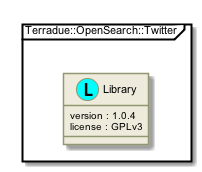
This is _images/plantuml-35d4e9e003cf3c7283a32f7d4bf2b378f057e98c.png from Terradue/doc-tep-geohazards-arch, a PlantUML export, as it was before one commit. Its diagram source:
```plantuml
@startuml

skinparam backgroundColor #FFFFFF


skinparam sequence {

        ActorBorderColor #000000

        ArrowColor #919871
        ArrowFontSize 8
        ArrowFontStyle plain
        ArrowFontName Arial

        LifeLineBorderColor #919871
        LifeLineBackgroundColor #EEEBDC

        ParticipantBorderColor #919871
        ParticipantBackgroundColor #EEEBDC
        ParticipantFontName Arial
        ParticipantFontSize 10
        ParticipantFontColor #000000

        ActorBackgroundColor #EEEBDC
        ActorFontColor #000000
        ActorFontSize 10
        ActorFontName Arial

}

skinparam class {

	ArrowFontColor #000000
	ArrowFontSize 10
	ArrowFontStyle plain
	ArrowFontName Arial

	AttributeFontColor #000000
	AttributeFontSize 10
	AttributeIconSize 11
	AttributeFontStyle plain
	AttributeFontName Arial

	FontColor #000000
	FontSize 11
	FontStyle plain
	FontName Arial

	StereotypeFontColor #000000
	StereotypeFontSize 10
	StereotypeFontStyle plain
	StereotypeFontName Arial

	BackgroundColor #EEEBDC
 	ArrowColor #919871
 	BorderColor #919871

 }

skinparam component {

	FontSize 11
 	BackgroundColor #EEEBDC
 	InterfaceBackgroundColor white
	InterfaceBorderColor black
 	BorderColor #919871
	ArrowColor black
 	ArrowFontColor #777777
 	FontName Arial
 	ArrowFontName Arial



}

skinparam package {
	FontColor black
	FontSize 11
	FontStyle plain
	FontName Arial
}

skinparam state {
	BackgroundColor #EEEBDC
	BorderColor #919871
	ArrowColor  black


	FontColor black
	FontSize 11
	FontStyle plain
	FontName Arial

	ArrowFontColor black
	ArrowFontSize 11
	ArrowFontStyle plain
	ArrowFontName Arial
	AttributeFontColor black
	AttributeFontSize 11
	AttributeFontStyle plain
	AttributeFontName Arial

}

skinparam activity {

	ArrowColor black
	BackgroundColor #EEEBDC
	BorderColor #919871
	StartColor black
	EndColor black
	BarColor #919871

	FontColor black
	FontSize 11
	FontStyle plain
	FontName Arial

	ArrowFontColor black
	ArrowFontSize 11
	ArrowFontStyle plain
	ArrowFontName Arial

}

skinparam usecase {

	BackgroundColor #EEEBDC
 	InterfaceBackgroundColor white
	InterfaceBorderColor black
 	BorderColor #919871
	ArrowColor black
	ActorBorderColor #919871
	ActorFontName Courier

}
skinparam backgroundColor #FFFFFF
skinparam componentStyle uml2
package "Terradue::OpenSearch::Twitter" <<Frame>> {
  class "Library" as namespace_terradue_1_1_open_search_1_1_twitter << (L, cyan) >> [[../technology/packages/namespace_terradue_1_1_open_search_1_1_twitter.html]] {
     version : 1.0.4
     license : GPLv3
  }
}

@enduml
```
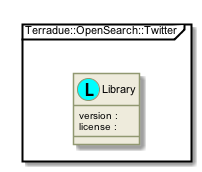
The same file after the commit.

Change to the diagram source:
```diff
@@ -138,8 +138,8 @@
 skinparam componentStyle uml2
 package "Terradue::OpenSearch::Twitter" <<Frame>> {
   class "Library" as namespace_terradue_1_1_open_search_1_1_twitter << (L, cyan) >> [[../technology/packages/namespace_terradue_1_1_open_search_1_1_twitter.html]] {
-     version : 1.0.4
-     license : GPLv3
+     version :
+     license :
   }
 }
 
```
